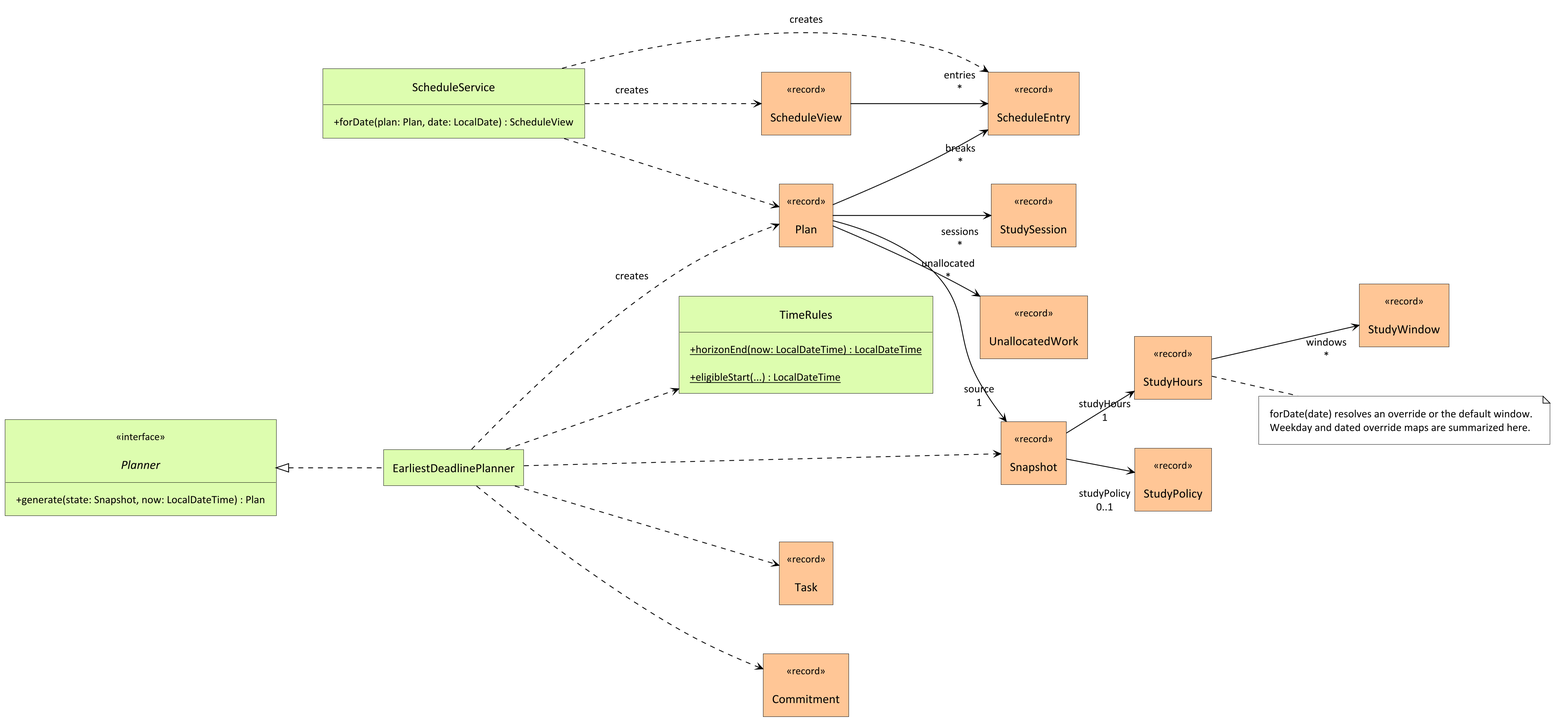
Before: docs/images/gabriel-planning-classes.png, a diagram exported from PlantUML (AY2627S1-CS2113-T10-1/tp). Its source is kept beside it as docs/diagrams/gabriel-planning-classes.puml. Source of this version:
```plantuml
@startuml
!include course-style.puml
left to right direction
hide empty members

interface Planner <<interface>> DOMAIN {
    + generate(state: Snapshot, now: LocalDateTime) : Plan
}
class EarliestDeadlinePlanner DOMAIN
class ScheduleService DOMAIN {
    + forDate(plan: Plan, date: LocalDate) : ScheduleView
}
class TimeRules DOMAIN {
    {static} + horizonEnd(now: LocalDateTime) : LocalDateTime
    {static} + eligibleStart(...) : LocalDateTime
}
class Plan <<record>> VALUES
class StudySession <<record>> VALUES
class UnallocatedWork <<record>> VALUES
class ScheduleEntry <<record>> VALUES
class ScheduleView <<record>> VALUES
class StudyHours <<record>> VALUES
class StudyWindow <<record>> VALUES
class StudyPolicy <<record>> VALUES
class Snapshot <<record>> VALUES
class Task <<record>> VALUES
class Commitment <<record>> VALUES

Planner <|.. EarliestDeadlinePlanner
EarliestDeadlinePlanner ..> TimeRules
EarliestDeadlinePlanner ..> Snapshot
EarliestDeadlinePlanner ..> Task
EarliestDeadlinePlanner ..> Commitment
EarliestDeadlinePlanner ..> Plan : creates
Plan --> "source\n1" Snapshot
Plan --> "sessions\n*" StudySession
Plan --> "unallocated\n*" UnallocatedWork
Plan --> "breaks\n*" ScheduleEntry
ScheduleService ..> Plan
ScheduleService ..> ScheduleView : creates
ScheduleService ..> ScheduleEntry : creates
ScheduleView --> "entries\n*" ScheduleEntry
Snapshot --> "studyHours\n1" StudyHours
Snapshot --> "studyPolicy\n0..1" StudyPolicy
StudyHours --> "windows\n*" StudyWindow

note as StudyHoursNote
  forDate(date) resolves an override or the default window.
  Weekday and dated override maps are summarized here.
end note
StudyHours .. StudyHoursNote
@enduml
```
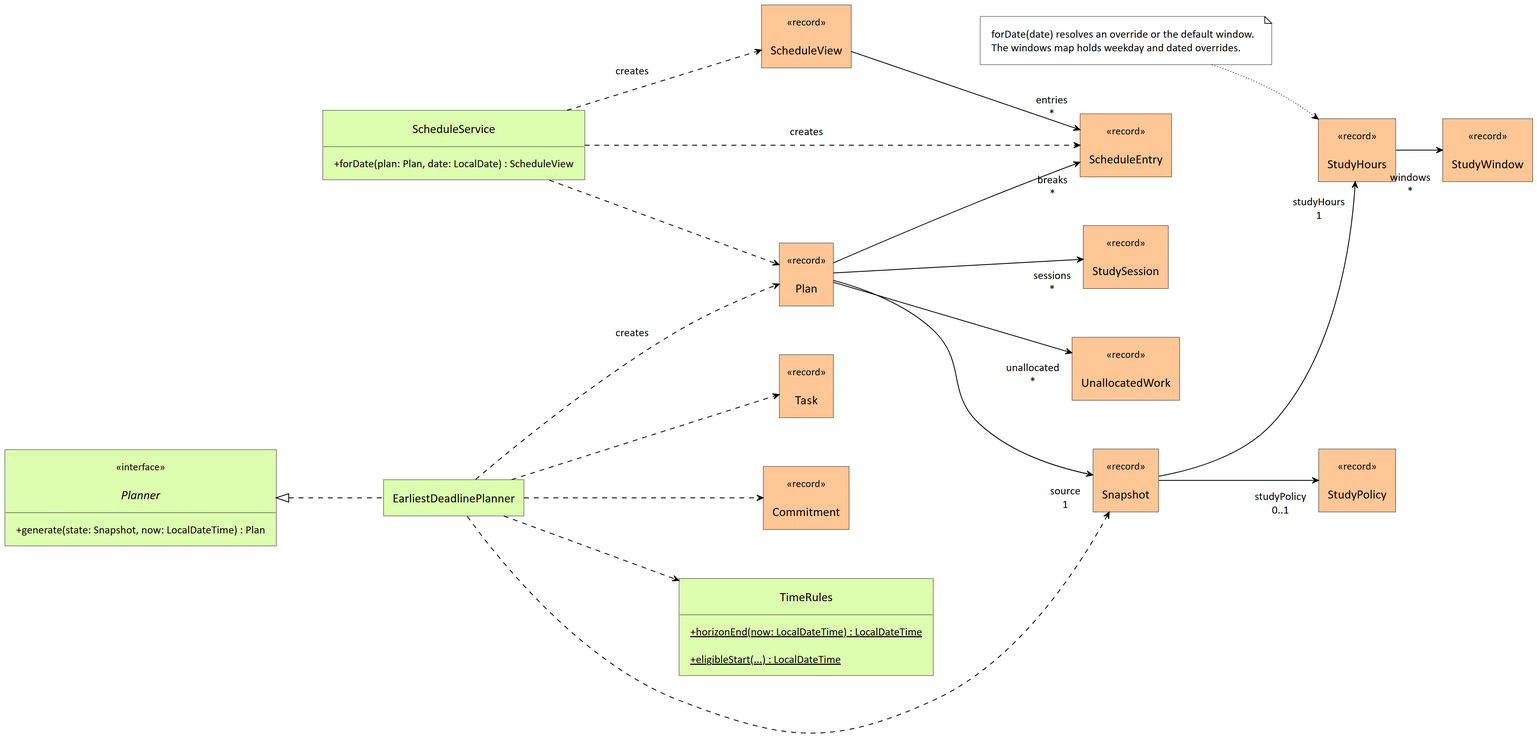
Later version of the same file.

Diff of the diagram source:
```diff
@@ -46,7 +46,7 @@
 
 note as StudyHoursNote
   forDate(date) resolves an override or the default window.
-  Weekday and dated override maps are summarized here.
+  The windows map holds weekday and dated overrides.
 end note
-StudyHours .. StudyHoursNote
+StudyHoursNote -[dotted]-> StudyHours
 @enduml
```
